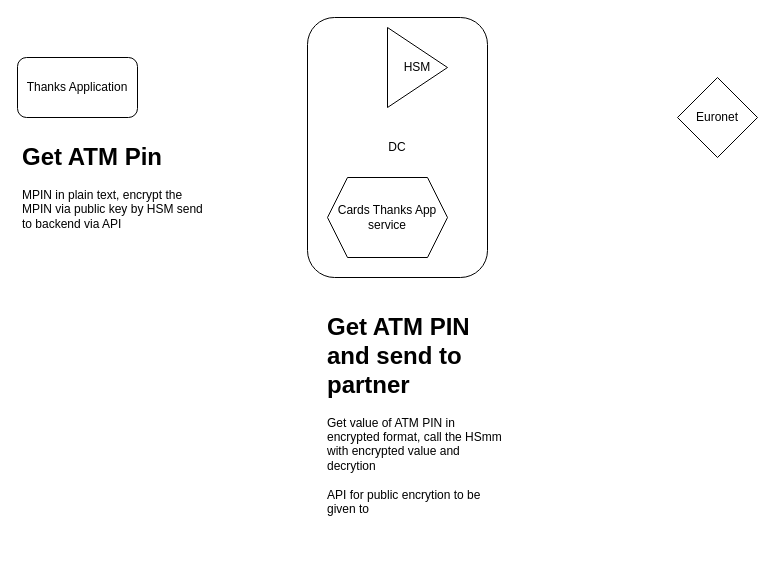
The draw.io diagram ZPK.drawio in ashwiniadlakha/draw_io, before the edit. Source tidied: cells renumbered, new cells numbered last; positions are measured from the earlier drawing's top-left corner, leaving out a move shared by most shapes. Both pictures are drawn from the tidied source at 100%, with x=0, y=0 at pixel (17, 17).
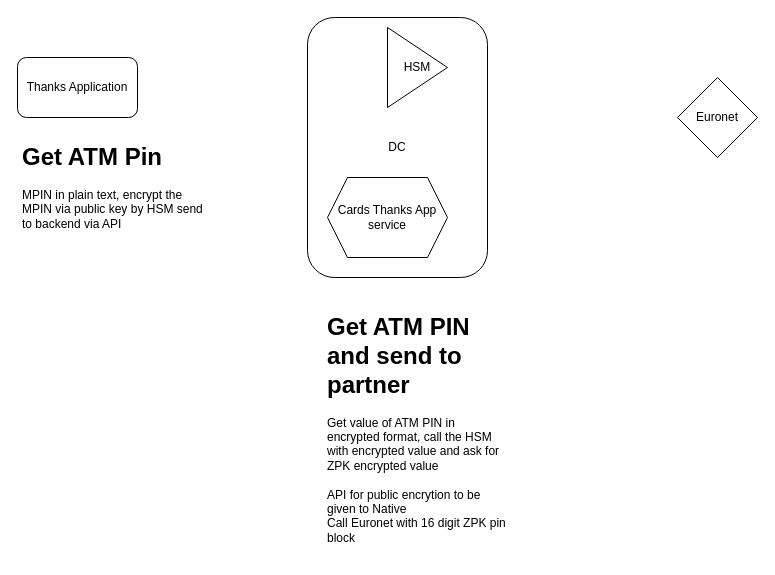
Above is the later version.

Diff of the diagram source:
```diff
@@
 <mxGraphModel>
   <root>
     <mxCell id="0" />
     <mxCell id="1" parent="0" />
     <mxCell id="2" value="DC" style="rounded=1;whiteSpace=wrap;html=1;" parent="1" vertex="1">
       <mxGeometry x="290" width="180" height="260" as="geometry" />
     </mxCell>
     <mxCell id="3" value="HSM" style="triangle;whiteSpace=wrap;html=1;" parent="1" vertex="1">
       <mxGeometry x="370" y="10" width="60" height="80" as="geometry" />
     </mxCell>
     <mxCell id="4" value="Thanks Application" style="rounded=1;whiteSpace=wrap;html=1;" parent="1" vertex="1">
       <mxGeometry y="40" width="120" height="60" as="geometry" />
     </mxCell>
     <mxCell id="5" value="Euronet" style="rhombus;whiteSpace=wrap;html=1;" parent="1" vertex="1">
       <mxGeometry x="660" y="60" width="80" height="80" as="geometry" />
     </mxCell>
     <mxCell id="6" value="&lt;h1&gt;Get ATM Pin&lt;/h1&gt;&lt;div&gt;MPIN in plain text, encrypt the MPIN via public key by HSM send to backend via API&lt;/div&gt;" style="text;html=1;strokeColor=none;fillColor=none;spacing=5;spacingTop=-20;whiteSpace=wrap;overflow=hidden;rounded=0;" parent="1" vertex="1">
       <mxGeometry y="120" width="190" height="120" as="geometry" />
     </mxCell>
     <mxCell id="7" value="Cards Thanks App service" style="shape=hexagon;perimeter=hexagonPerimeter2;whiteSpace=wrap;html=1;fixedSize=1;" parent="1" vertex="1">
       <mxGeometry x="310" y="160" width="120" height="80" as="geometry" />
     </mxCell>
-    <mxCell id="8" value="&lt;h1&gt;Get ATM PIN and send to partner&lt;/h1&gt;&lt;div&gt;Get value of ATM PIN in encrypted format, call the HSmm with encrypted value and decrytion&lt;br&gt;&lt;br&gt;API for public encrytion to be given to&amp;nbsp;&lt;/div&gt;" style="text;html=1;strokeColor=none;fillColor=none;spacing=5;spacingTop=-20;whiteSpace=wrap;overflow=hidden;rounded=0;" parent="1" vertex="1">
-      <mxGeometry x="305" y="290" width="190" height="210" as="geometry" />
+    <mxCell id="8" value="&lt;h1&gt;Get ATM PIN and send to partner&lt;/h1&gt;&lt;div&gt;Get value of ATM PIN in encrypted format, call the HSM with encrypted value and ask for ZPK encrypted value&lt;br&gt;&lt;br&gt;API for public encrytion to be given to Native&lt;/div&gt;&lt;div&gt;Call Euronet with 16 digit ZPK pin block&lt;/div&gt;" style="text;html=1;strokeColor=none;fillColor=none;spacing=5;spacingTop=-20;whiteSpace=wrap;overflow=hidden;rounded=0;" parent="1" vertex="1">
+      <mxGeometry x="305" y="290" width="190" height="250" as="geometry" />
     </mxCell>
   </root>
 </mxGraphModel>
```
